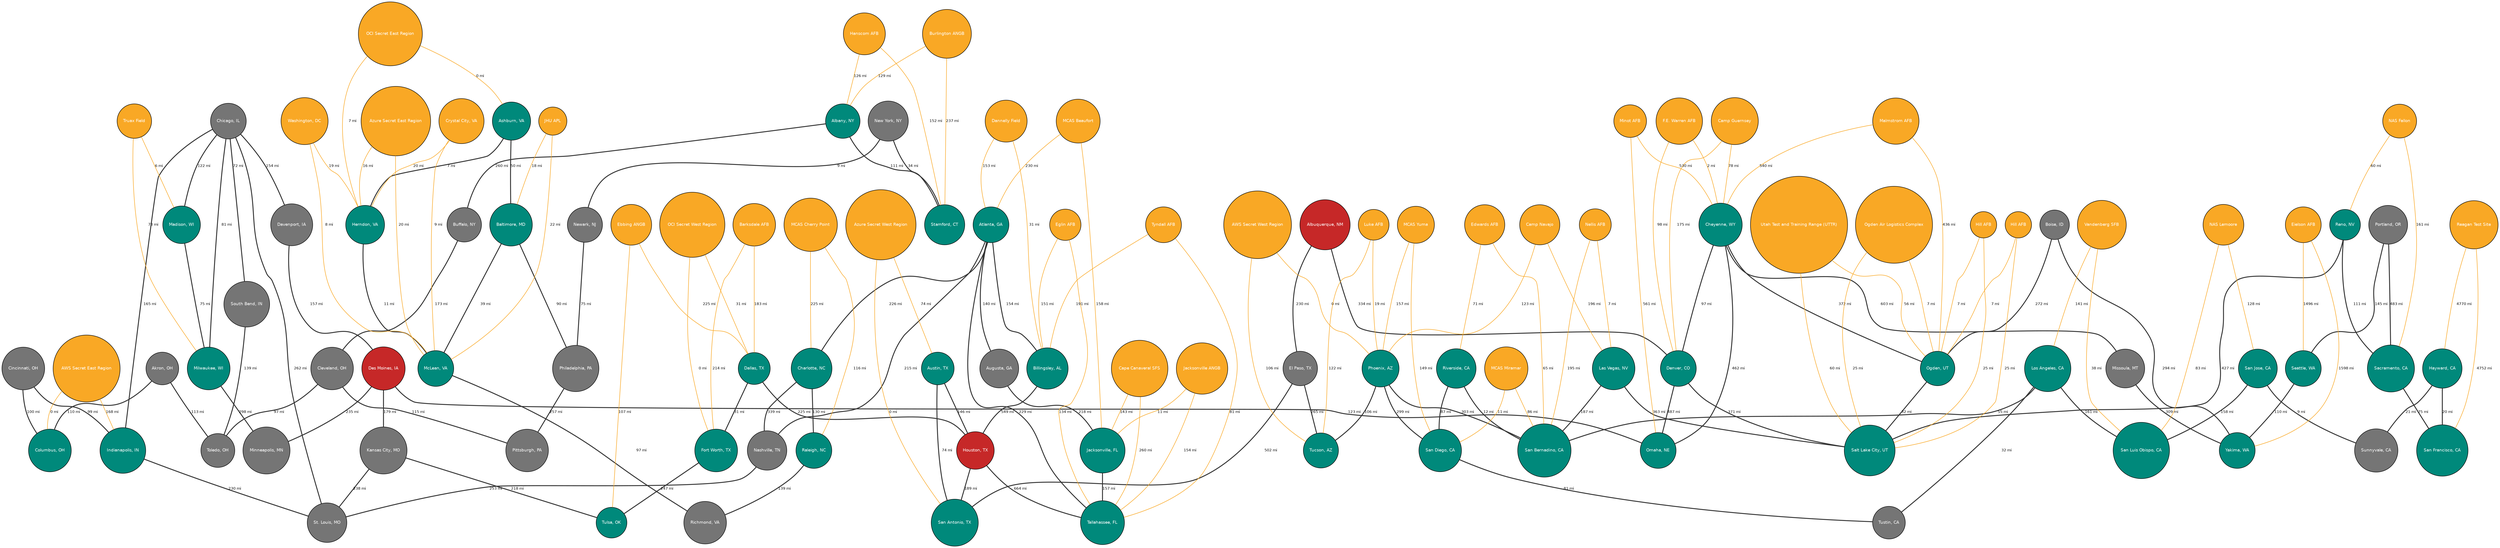
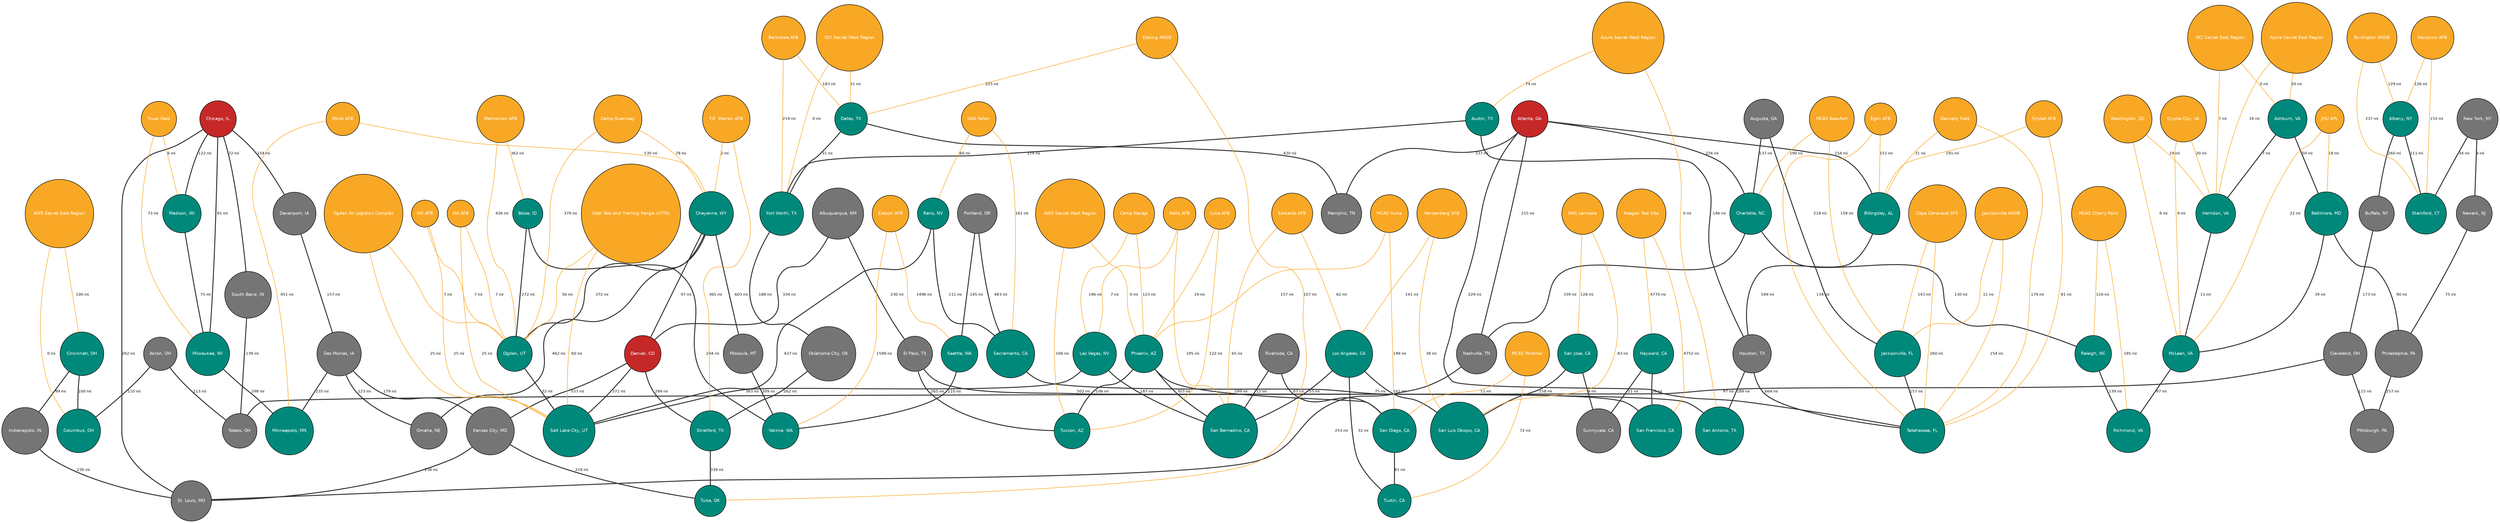
graph three_tier_carrier_wan_design {
  graph [overlap=false, splines=true];
  node [shape=circle, style=filled, fontname="Helvetica", fontsize=9];
  edge [fontname="Helvetica", fontsize=8];
  "carrier_pop_akron_oh" [label="Akron, OH", fillcolor="#757575", fontcolor="white"];
  "carrier_pop_albany_ny" [label="Albany, NY", fillcolor="#00897b", fontcolor="white"];
-   "carrier_pop_albuquerque_nm" [label="Albuquerque, NM", fillcolor="#c62828", fontcolor="white"];
+   "carrier_pop_albuquerque_nm" [label="Albuquerque, NM", fillcolor="#757575", fontcolor="white"];
  "carrier_pop_ashburn_va" [label="Ashburn, VA", fillcolor="#00897b", fontcolor="white"];
-   "carrier_pop_atlanta_ga" [label="Atlanta, GA", fillcolor="#00897b", fontcolor="white"];
+   "carrier_pop_atlanta_ga" [label="Atlanta, GA", fillcolor="#c62828", fontcolor="white"];
  "carrier_pop_augusta_ga" [label="Augusta, GA", fillcolor="#757575", fontcolor="white"];
  "carrier_pop_austin_tx" [label="Austin, TX", fillcolor="#00897b", fontcolor="white"];
  "carrier_pop_baltimore_md" [label="Baltimore, MD", fillcolor="#00897b", fontcolor="white"];
  "carrier_pop_billingsley_al" [label="Billingsley, AL", fillcolor="#00897b", fontcolor="white"];
-   "carrier_pop_boise_id" [label="Boise, ID", fillcolor="#757575", fontcolor="white"];
+   "carrier_pop_boise_id" [label="Boise, ID", fillcolor="#00897b", fontcolor="white"];
  "carrier_pop_buffalo_ny" [label="Buffalo, NY", fillcolor="#757575", fontcolor="white"];
  "carrier_pop_charlotte_nc" [label="Charlotte, NC", fillcolor="#00897b", fontcolor="white"];
  "carrier_pop_cheyenne_wy" [label="Cheyenne, WY", fillcolor="#00897b", fontcolor="white"];
-   "carrier_pop_chicago_il" [label="Chicago, IL", fillcolor="#757575", fontcolor="white"];
-   "carrier_pop_cincinnati_oh" [label="Cincinnati, OH", fillcolor="#757575", fontcolor="white"];
+   "carrier_pop_chicago_il" [label="Chicago, IL", fillcolor="#c62828", fontcolor="white"];
+   "carrier_pop_cincinnati_oh" [label="Cincinnati, OH", fillcolor="#00897b", fontcolor="white"];
  "carrier_pop_cleveland_oh" [label="Cleveland, OH", fillcolor="#757575", fontcolor="white"];
  "carrier_pop_columbus_oh" [label="Columbus, OH", fillcolor="#00897b", fontcolor="white"];
  "carrier_pop_dallas_tx" [label="Dallas, TX", fillcolor="#00897b", fontcolor="white"];
  "carrier_pop_davenport_ia" [label="Davenport, IA", fillcolor="#757575", fontcolor="white"];
-   "carrier_pop_denver_co" [label="Denver, CO", fillcolor="#00897b", fontcolor="white"];
-   "carrier_pop_des_moines_ia" [label="Des Moines, IA", fillcolor="#c62828", fontcolor="white"];
+   "carrier_pop_denver_co" [label="Denver, CO", fillcolor="#c62828", fontcolor="white"];
+   "carrier_pop_des_moines_ia" [label="Des Moines, IA", fillcolor="#757575", fontcolor="white"];
  "carrier_pop_el_paso_tx" [label="El Paso, TX", fillcolor="#757575", fontcolor="white"];
  "carrier_pop_fort_worth_tx" [label="Fort Worth, TX", fillcolor="#00897b", fontcolor="white"];
  "carrier_pop_hayward_ca" [label="Hayward, CA", fillcolor="#00897b", fontcolor="white"];
  "carrier_pop_herndon_va" [label="Herndon, VA", fillcolor="#00897b", fontcolor="white"];
-   "carrier_pop_houston_tx" [label="Houston, TX", fillcolor="#c62828", fontcolor="white"];
-   "carrier_pop_indianapolis_in" [label="Indianapolis, IN", fillcolor="#00897b", fontcolor="white"];
+   "carrier_pop_houston_tx" [label="Houston, TX", fillcolor="#757575", fontcolor="white"];
+   "carrier_pop_indianapolis_in" [label="Indianapolis, IN", fillcolor="#757575", fontcolor="white"];
  "carrier_pop_jacksonville_fl" [label="Jacksonville, FL", fillcolor="#00897b", fontcolor="white"];
  "carrier_pop_kansas_city_mo" [label="Kansas City, MO", fillcolor="#757575", fontcolor="white"];
  "carrier_pop_las_vegas_nv" [label="Las Vegas, NV", fillcolor="#00897b", fontcolor="white"];
  "carrier_pop_los_angeles_ca" [label="Los Angeles, CA", fillcolor="#00897b", fontcolor="white"];
  "carrier_pop_madison_wi" [label="Madison, WI", fillcolor="#00897b", fontcolor="white"];
  "carrier_pop_mclean_va" [label="McLean, VA", fillcolor="#00897b", fontcolor="white"];
+   "carrier_pop_memphis_tn" [label="Memphis, TN", fillcolor="#757575", fontcolor="white"];
  "carrier_pop_milwaukee_wi" [label="Milwaukee, WI", fillcolor="#00897b", fontcolor="white"];
-   "carrier_pop_minneapolis_mn" [label="Minneapolis, MN", fillcolor="#757575", fontcolor="white"];
+   "carrier_pop_minneapolis_mn" [label="Minneapolis, MN", fillcolor="#00897b", fontcolor="white"];
  "carrier_pop_missoula_mt" [label="Missoula, MT", fillcolor="#757575", fontcolor="white"];
  "carrier_pop_nashville_tn" [label="Nashville, TN", fillcolor="#757575", fontcolor="white"];
  "carrier_pop_new_york_ny" [label="New York, NY", fillcolor="#757575", fontcolor="white"];
  "carrier_pop_newark_nj" [label="Newark, NJ", fillcolor="#757575", fontcolor="white"];
  "carrier_pop_ogden_ut" [label="Ogden, UT", fillcolor="#00897b", fontcolor="white"];
-   "carrier_pop_omaha_ne" [label="Omaha, NE", fillcolor="#00897b", fontcolor="white"];
+   "carrier_pop_oklahoma_city_ok" [label="Oklahoma City, OK", fillcolor="#757575", fontcolor="white"];
+   "carrier_pop_omaha_ne" [label="Omaha, NE", fillcolor="#757575", fontcolor="white"];
  "carrier_pop_philadelphia_pa" [label="Philadelphia, PA", fillcolor="#757575", fontcolor="white"];
  "carrier_pop_phoenix_az" [label="Phoenix, AZ", fillcolor="#00897b", fontcolor="white"];
  "carrier_pop_pittsburgh_pa" [label="Pittsburgh, PA", fillcolor="#757575", fontcolor="white"];
  "carrier_pop_portland_or" [label="Portland, OR", fillcolor="#757575", fontcolor="white"];
  "carrier_pop_raleigh_nc" [label="Raleigh, NC", fillcolor="#00897b", fontcolor="white"];
  "carrier_pop_reno_nv" [label="Reno, NV", fillcolor="#00897b", fontcolor="white"];
-   "carrier_pop_richmond_va" [label="Richmond, VA", fillcolor="#757575", fontcolor="white"];
-   "carrier_pop_riverside_ca" [label="Riverside, CA", fillcolor="#00897b", fontcolor="white"];
+   "carrier_pop_richmond_va" [label="Richmond, VA", fillcolor="#00897b", fontcolor="white"];
+   "carrier_pop_riverside_ca" [label="Riverside, CA", fillcolor="#757575", fontcolor="white"];
  "carrier_pop_sacramento_ca" [label="Sacramento, CA", fillcolor="#00897b", fontcolor="white"];
  "carrier_pop_salt_lake_city_ut" [label="Salt Lake City, UT", fillcolor="#00897b", fontcolor="white"];
  "carrier_pop_san_antonio_tx" [label="San Antonio, TX", fillcolor="#00897b", fontcolor="white"];
  "carrier_pop_san_bernadino_ca" [label="San Bernadino, CA", fillcolor="#00897b", fontcolor="white"];
  "carrier_pop_san_diego_ca" [label="San Diego, CA", fillcolor="#00897b", fontcolor="white"];
  "carrier_pop_san_francisco_ca" [label="San Francisco, CA", fillcolor="#00897b", fontcolor="white"];
  "carrier_pop_san_jose_ca" [label="San Jose, CA", fillcolor="#00897b", fontcolor="white"];
  "carrier_pop_san_luis_obispo_ca" [label="San Luis Obispo, CA", fillcolor="#00897b", fontcolor="white"];
  "carrier_pop_seattle_wa" [label="Seattle, WA", fillcolor="#00897b", fontcolor="white"];
  "carrier_pop_south_bend_in" [label="South Bend, IN", fillcolor="#757575", fontcolor="white"];
  "carrier_pop_st_louis_mo" [label="St. Louis, MO", fillcolor="#757575", fontcolor="white"];
  "carrier_pop_stamford_ct" [label="Stamford, CT", fillcolor="#00897b", fontcolor="white"];
+   "carrier_pop_stratford_tx" [label="Stratford, TX", fillcolor="#00897b", fontcolor="white"];
  "carrier_pop_sunnyvale_ca" [label="Sunnyvale, CA", fillcolor="#757575", fontcolor="white"];
  "carrier_pop_tallahassee_fl" [label="Tallahassee, FL", fillcolor="#00897b", fontcolor="white"];
  "carrier_pop_toledo_oh" [label="Toledo, OH", fillcolor="#757575", fontcolor="white"];
  "carrier_pop_tucson_az" [label="Tucson, AZ", fillcolor="#00897b", fontcolor="white"];
  "carrier_pop_tulsa_ok" [label="Tulsa, OK", fillcolor="#00897b", fontcolor="white"];
-   "carrier_pop_tustin_ca" [label="Tustin, CA", fillcolor="#757575", fontcolor="white"];
+   "carrier_pop_tustin_ca" [label="Tustin, CA", fillcolor="#00897b", fontcolor="white"];
  "carrier_pop_yakima_wa" [label="Yakima, WA", fillcolor="#00897b", fontcolor="white"];
  "csp_secret_aws_secret_east_region" [label="AWS Secret East Region", fillcolor="#f9a825", fontcolor="white"];
  "csp_secret_aws_secret_west_region" [label="AWS Secret West Region", fillcolor="#f9a825", fontcolor="white"];
  "csp_secret_azure_secret_east_region" [label="Azure Secret East Region", fillcolor="#f9a825", fontcolor="white"];
  "csp_secret_azure_secret_west_region" [label="Azure Secret West Region", fillcolor="#f9a825", fontcolor="white"];
  "csp_secret_oci_secret_east_region" [label="OCI Secret East Region", fillcolor="#f9a825", fontcolor="white"];
  "csp_secret_oci_secret_west_region" [label="OCI Secret West Region", fillcolor="#f9a825", fontcolor="white"];
  "f35_burlington_angb" [label="Burlington ANGB", fillcolor="#f9a825", fontcolor="white"];
  "f35_crystal_city_va" [label="Crystal City, VA", fillcolor="#f9a825", fontcolor="white"];
  "f35_dannelly_field" [label="Dannelly Field", fillcolor="#f9a825", fontcolor="white"];
  "f35_ebbing_angb" [label="Ebbing ANGB", fillcolor="#f9a825", fontcolor="white"];
  "f35_edwards_afb" [label="Edwards AFB", fillcolor="#f9a825", fontcolor="white"];
  "f35_eglin_afb" [label="Eglin AFB", fillcolor="#f9a825", fontcolor="white"];
  "f35_eielson_afb" [label="Eielson AFB", fillcolor="#f9a825", fontcolor="white"];
  "f35_hill_afb" [label="Hill AFB", fillcolor="#f9a825", fontcolor="white"];
  "f35_jacksonville_angb" [label="Jacksonville ANGB", fillcolor="#f9a825", fontcolor="white"];
  "f35_luke_afb" [label="Luke AFB", fillcolor="#f9a825", fontcolor="white"];
  "f35_mcas_beaufort" [label="MCAS Beaufort", fillcolor="#f9a825", fontcolor="white"];
  "f35_mcas_cherry_point" [label="MCAS Cherry Point", fillcolor="#f9a825", fontcolor="white"];
  "f35_mcas_miramar" [label="MCAS Miramar", fillcolor="#f9a825", fontcolor="white"];
  "f35_mcas_yuma" [label="MCAS Yuma", fillcolor="#f9a825", fontcolor="white"];
  "f35_nas_fallon" [label="NAS Fallon", fillcolor="#f9a825", fontcolor="white"];
  "f35_nas_lemoore" [label="NAS Lemoore", fillcolor="#f9a825", fontcolor="white"];
  "f35_nellis_afb" [label="Nellis AFB", fillcolor="#f9a825", fontcolor="white"];
  "f35_ogden_air_logistics_complex" [label="Ogden Air Logistics Complex", fillcolor="#f9a825", fontcolor="white"];
  "f35_truax_field" [label="Truax Field", fillcolor="#f9a825", fontcolor="white"];
  "f35_tyndall_afb" [label="Tyndall AFB", fillcolor="#f9a825", fontcolor="white"];
  "sentinel_barksdale_afb" [label="Barksdale AFB", fillcolor="#f9a825", fontcolor="white"];
  "sentinel_camp_guernsey" [label="Camp Guernsey", fillcolor="#f9a825", fontcolor="white"];
  "sentinel_camp_navajo" [label="Camp Navajo", fillcolor="#f9a825", fontcolor="white"];
  "sentinel_cape_canaveral_sfs" [label="Cape Canaveral SFS", fillcolor="#f9a825", fontcolor="white"];
  "sentinel_f_e_warren_afb" [label="F.E. Warren AFB", fillcolor="#f9a825", fontcolor="white"];
  "sentinel_hanscom_afb" [label="Hanscom AFB", fillcolor="#f9a825", fontcolor="white"];
  "sentinel_hill_afb" [label="Hill AFB", fillcolor="#f9a825", fontcolor="white"];
  "sentinel_jhu_apl" [label="JHU APL", fillcolor="#f9a825", fontcolor="white"];
  "sentinel_malmstrom_afb" [label="Malmstrom AFB", fillcolor="#f9a825", fontcolor="white"];
  "sentinel_minot_afb" [label="Minot AFB", fillcolor="#f9a825", fontcolor="white"];
  "sentinel_reagan_test_site" [label="Reagan Test Site", fillcolor="#f9a825", fontcolor="white"];
  "sentinel_utah_test_and_training_range_uttr" [label="Utah Test and Training Range (UTTR)", fillcolor="#f9a825", fontcolor="white"];
  "sentinel_vandenberg_sfb" [label="Vandenberg SFB", fillcolor="#f9a825", fontcolor="white"];
  "sentinel_washington_dc" [label="Washington, DC", fillcolor="#f9a825", fontcolor="white"];
+   "csp_secret_aws_secret_east_region" -- "carrier_pop_cincinnati_oh" [label="100 mi", color="#f9a825", penwidth=1.1];
  "csp_secret_aws_secret_east_region" -- "carrier_pop_columbus_oh" [label="0 mi", color="#f9a825", penwidth=1.1];
-   "csp_secret_aws_secret_east_region" -- "carrier_pop_indianapolis_in" [label="168 mi", color="#f9a825", penwidth=1.1];
  "csp_secret_aws_secret_west_region" -- "carrier_pop_phoenix_az" [label="0 mi", color="#f9a825", penwidth=1.1];
  "csp_secret_aws_secret_west_region" -- "carrier_pop_tucson_az" [label="106 mi", color="#f9a825", penwidth=1.1];
+   "csp_secret_azure_secret_east_region" -- "carrier_pop_ashburn_va" [label="20 mi", color="#f9a825", penwidth=1.1];
  "csp_secret_azure_secret_east_region" -- "carrier_pop_herndon_va" [label="16 mi", color="#f9a825", penwidth=1.1];
-   "csp_secret_azure_secret_east_region" -- "carrier_pop_mclean_va" [label="20 mi", color="#f9a825", penwidth=1.1];
  "csp_secret_azure_secret_west_region" -- "carrier_pop_austin_tx" [label="74 mi", color="#f9a825", penwidth=1.1];
  "csp_secret_azure_secret_west_region" -- "carrier_pop_san_antonio_tx" [label="0 mi", color="#f9a825", penwidth=1.1];
  "csp_secret_oci_secret_east_region" -- "carrier_pop_ashburn_va" [label="0 mi", color="#f9a825", penwidth=1.1];
  "csp_secret_oci_secret_east_region" -- "carrier_pop_herndon_va" [label="7 mi", color="#f9a825", penwidth=1.1];
  "csp_secret_oci_secret_west_region" -- "carrier_pop_dallas_tx" [label="31 mi", color="#f9a825", penwidth=1.1];
  "csp_secret_oci_secret_west_region" -- "carrier_pop_fort_worth_tx" [label="0 mi", color="#f9a825", penwidth=1.1];
  "f35_burlington_angb" -- "carrier_pop_albany_ny" [label="129 mi", color="#f9a825", penwidth=1.1];
  "f35_burlington_angb" -- "carrier_pop_stamford_ct" [label="237 mi", color="#f9a825", penwidth=1.1];
  "f35_crystal_city_va" -- "carrier_pop_herndon_va" [label="20 mi", color="#f9a825", penwidth=1.1];
  "f35_crystal_city_va" -- "carrier_pop_mclean_va" [label="9 mi", color="#f9a825", penwidth=1.1];
-   "f35_dannelly_field" -- "carrier_pop_atlanta_ga" [label="153 mi", color="#f9a825", penwidth=1.1];
  "f35_dannelly_field" -- "carrier_pop_billingsley_al" [label="31 mi", color="#f9a825", penwidth=1.1];
+   "f35_dannelly_field" -- "carrier_pop_tallahassee_fl" [label="179 mi", color="#f9a825", penwidth=1.1];
  "f35_ebbing_angb" -- "carrier_pop_dallas_tx" [label="225 mi", color="#f9a825", penwidth=1.1];
  "f35_ebbing_angb" -- "carrier_pop_tulsa_ok" [label="107 mi", color="#f9a825", penwidth=1.1];
-   "f35_edwards_afb" -- "carrier_pop_riverside_ca" [label="71 mi", color="#f9a825", penwidth=1.1];
+   "f35_edwards_afb" -- "carrier_pop_los_angeles_ca" [label="62 mi", color="#f9a825", penwidth=1.1];
  "f35_edwards_afb" -- "carrier_pop_san_bernadino_ca" [label="65 mi", color="#f9a825", penwidth=1.1];
  "f35_eglin_afb" -- "carrier_pop_billingsley_al" [label="151 mi", color="#f9a825", penwidth=1.1];
  "f35_eglin_afb" -- "carrier_pop_tallahassee_fl" [label="134 mi", color="#f9a825", penwidth=1.1];
  "f35_eielson_afb" -- "carrier_pop_seattle_wa" [label="1496 mi", color="#f9a825", penwidth=1.1];
  "f35_eielson_afb" -- "carrier_pop_yakima_wa" [label="1598 mi", color="#f9a825", penwidth=1.1];
  "f35_hill_afb" -- "carrier_pop_ogden_ut" [label="7 mi", color="#f9a825", penwidth=1.1];
  "f35_hill_afb" -- "carrier_pop_salt_lake_city_ut" [label="25 mi", color="#f9a825", penwidth=1.1];
  "f35_jacksonville_angb" -- "carrier_pop_jacksonville_fl" [label="11 mi", color="#f9a825", penwidth=1.1];
  "f35_jacksonville_angb" -- "carrier_pop_tallahassee_fl" [label="154 mi", color="#f9a825", penwidth=1.1];
  "f35_luke_afb" -- "carrier_pop_phoenix_az" [label="19 mi", color="#f9a825", penwidth=1.1];
  "f35_luke_afb" -- "carrier_pop_tucson_az" [label="122 mi", color="#f9a825", penwidth=1.1];
-   "f35_mcas_beaufort" -- "carrier_pop_atlanta_ga" [label="230 mi", color="#f9a825", penwidth=1.1];
+   "f35_mcas_beaufort" -- "carrier_pop_charlotte_nc" [label="190 mi", color="#f9a825", penwidth=1.1];
  "f35_mcas_beaufort" -- "carrier_pop_jacksonville_fl" [label="158 mi", color="#f9a825", penwidth=1.1];
-   "f35_mcas_cherry_point" -- "carrier_pop_charlotte_nc" [label="225 mi", color="#f9a825", penwidth=1.1];
  "f35_mcas_cherry_point" -- "carrier_pop_raleigh_nc" [label="116 mi", color="#f9a825", penwidth=1.1];
-   "f35_mcas_miramar" -- "carrier_pop_san_bernadino_ca" [label="86 mi", color="#f9a825", penwidth=1.1];
+   "f35_mcas_cherry_point" -- "carrier_pop_richmond_va" [label="185 mi", color="#f9a825", penwidth=1.1];
  "f35_mcas_miramar" -- "carrier_pop_san_diego_ca" [label="11 mi", color="#f9a825", penwidth=1.1];
+   "f35_mcas_miramar" -- "carrier_pop_tustin_ca" [label="72 mi", color="#f9a825", penwidth=1.1];
  "f35_mcas_yuma" -- "carrier_pop_phoenix_az" [label="157 mi", color="#f9a825", penwidth=1.1];
  "f35_mcas_yuma" -- "carrier_pop_san_diego_ca" [label="149 mi", color="#f9a825", penwidth=1.1];
  "f35_nas_fallon" -- "carrier_pop_reno_nv" [label="60 mi", color="#f9a825", penwidth=1.1];
  "f35_nas_fallon" -- "carrier_pop_sacramento_ca" [label="161 mi", color="#f9a825", penwidth=1.1];
  "f35_nas_lemoore" -- "carrier_pop_san_jose_ca" [label="128 mi", color="#f9a825", penwidth=1.1];
  "f35_nas_lemoore" -- "carrier_pop_san_luis_obispo_ca" [label="83 mi", color="#f9a825", penwidth=1.1];
  "f35_nellis_afb" -- "carrier_pop_las_vegas_nv" [label="7 mi", color="#f9a825", penwidth=1.1];
  "f35_nellis_afb" -- "carrier_pop_san_bernadino_ca" [label="195 mi", color="#f9a825", penwidth=1.1];
  "f35_ogden_air_logistics_complex" -- "carrier_pop_ogden_ut" [label="7 mi", color="#f9a825", penwidth=1.1];
  "f35_ogden_air_logistics_complex" -- "carrier_pop_salt_lake_city_ut" [label="25 mi", color="#f9a825", penwidth=1.1];
  "f35_truax_field" -- "carrier_pop_madison_wi" [label="6 mi", color="#f9a825", penwidth=1.1];
  "f35_truax_field" -- "carrier_pop_milwaukee_wi" [label="73 mi", color="#f9a825", penwidth=1.1];
  "f35_tyndall_afb" -- "carrier_pop_billingsley_al" [label="191 mi", color="#f9a825", penwidth=1.1];
  "f35_tyndall_afb" -- "carrier_pop_tallahassee_fl" [label="81 mi", color="#f9a825", penwidth=1.1];
  "sentinel_barksdale_afb" -- "carrier_pop_dallas_tx" [label="183 mi", color="#f9a825", penwidth=1.1];
  "sentinel_barksdale_afb" -- "carrier_pop_fort_worth_tx" [label="214 mi", color="#f9a825", penwidth=1.1];
  "sentinel_camp_guernsey" -- "carrier_pop_cheyenne_wy" [label="78 mi", color="#f9a825", penwidth=1.1];
-   "sentinel_camp_guernsey" -- "carrier_pop_denver_co" [label="175 mi", color="#f9a825", penwidth=1.1];
+   "sentinel_camp_guernsey" -- "carrier_pop_ogden_ut" [label="379 mi", color="#f9a825", penwidth=1.1];
  "sentinel_camp_navajo" -- "carrier_pop_las_vegas_nv" [label="196 mi", color="#f9a825", penwidth=1.1];
  "sentinel_camp_navajo" -- "carrier_pop_phoenix_az" [label="123 mi", color="#f9a825", penwidth=1.1];
  "sentinel_cape_canaveral_sfs" -- "carrier_pop_jacksonville_fl" [label="143 mi", color="#f9a825", penwidth=1.1];
  "sentinel_cape_canaveral_sfs" -- "carrier_pop_tallahassee_fl" [label="260 mi", color="#f9a825", penwidth=1.1];
  "sentinel_f_e_warren_afb" -- "carrier_pop_cheyenne_wy" [label="2 mi", color="#f9a825", penwidth=1.1];
-   "sentinel_f_e_warren_afb" -- "carrier_pop_denver_co" [label="98 mi", color="#f9a825", penwidth=1.1];
+   "sentinel_f_e_warren_afb" -- "carrier_pop_stratford_tx" [label="365 mi", color="#f9a825", penwidth=1.1];
  "sentinel_hanscom_afb" -- "carrier_pop_albany_ny" [label="126 mi", color="#f9a825", penwidth=1.1];
  "sentinel_hanscom_afb" -- "carrier_pop_stamford_ct" [label="152 mi", color="#f9a825", penwidth=1.1];
  "sentinel_hill_afb" -- "carrier_pop_ogden_ut" [label="7 mi", color="#f9a825", penwidth=1.1];
  "sentinel_hill_afb" -- "carrier_pop_salt_lake_city_ut" [label="25 mi", color="#f9a825", penwidth=1.1];
  "sentinel_jhu_apl" -- "carrier_pop_baltimore_md" [label="18 mi", color="#f9a825", penwidth=1.1];
  "sentinel_jhu_apl" -- "carrier_pop_mclean_va" [label="22 mi", color="#f9a825", penwidth=1.1];
-   "sentinel_malmstrom_afb" -- "carrier_pop_cheyenne_wy" [label="540 mi", color="#f9a825", penwidth=1.1];
+   "sentinel_malmstrom_afb" -- "carrier_pop_boise_id" [label="362 mi", color="#f9a825", penwidth=1.1];
  "sentinel_malmstrom_afb" -- "carrier_pop_ogden_ut" [label="436 mi", color="#f9a825", penwidth=1.1];
  "sentinel_minot_afb" -- "carrier_pop_cheyenne_wy" [label="530 mi", color="#f9a825", penwidth=1.1];
-   "sentinel_minot_afb" -- "carrier_pop_omaha_ne" [label="561 mi", color="#f9a825", penwidth=1.1];
+   "sentinel_minot_afb" -- "carrier_pop_minneapolis_mn" [label="451 mi", color="#f9a825", penwidth=1.1];
  "sentinel_reagan_test_site" -- "carrier_pop_hayward_ca" [label="4770 mi", color="#f9a825", penwidth=1.1];
  "sentinel_reagan_test_site" -- "carrier_pop_san_francisco_ca" [label="4752 mi", color="#f9a825", penwidth=1.1];
  "sentinel_utah_test_and_training_range_uttr" -- "carrier_pop_ogden_ut" [label="56 mi", color="#f9a825", penwidth=1.1];
  "sentinel_utah_test_and_training_range_uttr" -- "carrier_pop_salt_lake_city_ut" [label="60 mi", color="#f9a825", penwidth=1.1];
  "sentinel_vandenberg_sfb" -- "carrier_pop_los_angeles_ca" [label="141 mi", color="#f9a825", penwidth=1.1];
  "sentinel_vandenberg_sfb" -- "carrier_pop_san_luis_obispo_ca" [label="38 mi", color="#f9a825", penwidth=1.1];
  "sentinel_washington_dc" -- "carrier_pop_herndon_va" [label="19 mi", color="#f9a825", penwidth=1.1];
  "sentinel_washington_dc" -- "carrier_pop_mclean_va" [label="8 mi", color="#f9a825", penwidth=1.1];
  "carrier_pop_akron_oh" -- "carrier_pop_columbus_oh" [label="110 mi", color="#333333", penwidth=2.0];
  "carrier_pop_akron_oh" -- "carrier_pop_toledo_oh" [label="113 mi", color="#333333", penwidth=2.0];
  "carrier_pop_albany_ny" -- "carrier_pop_buffalo_ny" [label="260 mi", color="#333333", penwidth=2.0];
  "carrier_pop_albany_ny" -- "carrier_pop_stamford_ct" [label="111 mi", color="#333333", penwidth=2.0];
  "carrier_pop_albuquerque_nm" -- "carrier_pop_denver_co" [label="334 mi", color="#333333", penwidth=2.0];
  "carrier_pop_albuquerque_nm" -- "carrier_pop_el_paso_tx" [label="230 mi", color="#333333", penwidth=2.0];
  "carrier_pop_ashburn_va" -- "carrier_pop_baltimore_md" [label="50 mi", color="#333333", penwidth=2.0];
  "carrier_pop_ashburn_va" -- "carrier_pop_herndon_va" [label="7 mi", color="#333333", penwidth=2.0];
-   "carrier_pop_atlanta_ga" -- "carrier_pop_augusta_ga" [label="140 mi", color="#333333", penwidth=2.0];
  "carrier_pop_atlanta_ga" -- "carrier_pop_billingsley_al" [label="154 mi", color="#333333", penwidth=2.0];
  "carrier_pop_atlanta_ga" -- "carrier_pop_charlotte_nc" [label="226 mi", color="#333333", penwidth=2.0];
+   "carrier_pop_atlanta_ga" -- "carrier_pop_memphis_tn" [label="337 mi", color="#333333", penwidth=2.0];
  "carrier_pop_atlanta_ga" -- "carrier_pop_nashville_tn" [label="215 mi", color="#333333", penwidth=2.0];
  "carrier_pop_atlanta_ga" -- "carrier_pop_tallahassee_fl" [label="229 mi", color="#333333", penwidth=2.0];
+   "carrier_pop_augusta_ga" -- "carrier_pop_charlotte_nc" [label="137 mi", color="#333333", penwidth=2.0];
  "carrier_pop_augusta_ga" -- "carrier_pop_jacksonville_fl" [label="218 mi", color="#333333", penwidth=2.0];
+   "carrier_pop_austin_tx" -- "carrier_pop_fort_worth_tx" [label="174 mi", color="#333333", penwidth=2.0];
  "carrier_pop_austin_tx" -- "carrier_pop_houston_tx" [label="146 mi", color="#333333", penwidth=2.0];
-   "carrier_pop_austin_tx" -- "carrier_pop_san_antonio_tx" [label="74 mi", color="#333333", penwidth=2.0];
  "carrier_pop_baltimore_md" -- "carrier_pop_mclean_va" [label="39 mi", color="#333333", penwidth=2.0];
  "carrier_pop_baltimore_md" -- "carrier_pop_philadelphia_pa" [label="90 mi", color="#333333", penwidth=2.0];
  "carrier_pop_billingsley_al" -- "carrier_pop_houston_tx" [label="549 mi", color="#333333", penwidth=2.0];
  "carrier_pop_boise_id" -- "carrier_pop_ogden_ut" [label="272 mi", color="#333333", penwidth=2.0];
  "carrier_pop_boise_id" -- "carrier_pop_yakima_wa" [label="294 mi", color="#333333", penwidth=2.0];
  "carrier_pop_buffalo_ny" -- "carrier_pop_cleveland_oh" [label="173 mi", color="#333333", penwidth=2.0];
  "carrier_pop_charlotte_nc" -- "carrier_pop_nashville_tn" [label="339 mi", color="#333333", penwidth=2.0];
  "carrier_pop_charlotte_nc" -- "carrier_pop_raleigh_nc" [label="130 mi", color="#333333", penwidth=2.0];
  "carrier_pop_cheyenne_wy" -- "carrier_pop_denver_co" [label="97 mi", color="#333333", penwidth=2.0];
  "carrier_pop_cheyenne_wy" -- "carrier_pop_missoula_mt" [label="603 mi", color="#333333", penwidth=2.0];
  "carrier_pop_cheyenne_wy" -- "carrier_pop_ogden_ut" [label="372 mi", color="#333333", penwidth=2.0];
  "carrier_pop_cheyenne_wy" -- "carrier_pop_omaha_ne" [label="462 mi", color="#333333", penwidth=2.0];
  "carrier_pop_chicago_il" -- "carrier_pop_davenport_ia" [label="154 mi", color="#333333", penwidth=2.0];
-   "carrier_pop_chicago_il" -- "carrier_pop_indianapolis_in" [label="165 mi", color="#333333", penwidth=2.0];
  "carrier_pop_chicago_il" -- "carrier_pop_madison_wi" [label="122 mi", color="#333333", penwidth=2.0];
  "carrier_pop_chicago_il" -- "carrier_pop_milwaukee_wi" [label="81 mi", color="#333333", penwidth=2.0];
  "carrier_pop_chicago_il" -- "carrier_pop_south_bend_in" [label="72 mi", color="#333333", penwidth=2.0];
  "carrier_pop_chicago_il" -- "carrier_pop_st_louis_mo" [label="262 mi", color="#333333", penwidth=2.0];
  "carrier_pop_cincinnati_oh" -- "carrier_pop_columbus_oh" [label="100 mi", color="#333333", penwidth=2.0];
  "carrier_pop_cincinnati_oh" -- "carrier_pop_indianapolis_in" [label="99 mi", color="#333333", penwidth=2.0];
  "carrier_pop_cleveland_oh" -- "carrier_pop_pittsburgh_pa" [label="115 mi", color="#333333", penwidth=2.0];
  "carrier_pop_cleveland_oh" -- "carrier_pop_toledo_oh" [label="97 mi", color="#333333", penwidth=2.0];
  "carrier_pop_dallas_tx" -- "carrier_pop_fort_worth_tx" [label="31 mi", color="#333333", penwidth=2.0];
-   "carrier_pop_dallas_tx" -- "carrier_pop_houston_tx" [label="225 mi", color="#333333", penwidth=2.0];
+   "carrier_pop_dallas_tx" -- "carrier_pop_memphis_tn" [label="420 mi", color="#333333", penwidth=2.0];
  "carrier_pop_davenport_ia" -- "carrier_pop_des_moines_ia" [label="157 mi", color="#333333", penwidth=2.0];
-   "carrier_pop_denver_co" -- "carrier_pop_omaha_ne" [label="487 mi", color="#333333", penwidth=2.0];
+   "carrier_pop_denver_co" -- "carrier_pop_kansas_city_mo" [label="557 mi", color="#333333", penwidth=2.0];
  "carrier_pop_denver_co" -- "carrier_pop_salt_lake_city_ut" [label="371 mi", color="#333333", penwidth=2.0];
+   "carrier_pop_denver_co" -- "carrier_pop_stratford_tx" [label="284 mi", color="#333333", penwidth=2.0];
  "carrier_pop_des_moines_ia" -- "carrier_pop_kansas_city_mo" [label="179 mi", color="#333333", penwidth=2.0];
  "carrier_pop_des_moines_ia" -- "carrier_pop_minneapolis_mn" [label="235 mi", color="#333333", penwidth=2.0];
  "carrier_pop_des_moines_ia" -- "carrier_pop_omaha_ne" [label="123 mi", color="#333333", penwidth=2.0];
  "carrier_pop_el_paso_tx" -- "carrier_pop_san_antonio_tx" [label="502 mi", color="#333333", penwidth=2.0];
  "carrier_pop_el_paso_tx" -- "carrier_pop_tucson_az" [label="265 mi", color="#333333", penwidth=2.0];
-   "carrier_pop_fort_worth_tx" -- "carrier_pop_tulsa_ok" [label="247 mi", color="#333333", penwidth=2.0];
+   "carrier_pop_fort_worth_tx" -- "carrier_pop_oklahoma_city_ok" [label="188 mi", color="#333333", penwidth=2.0];
  "carrier_pop_hayward_ca" -- "carrier_pop_san_francisco_ca" [label="20 mi", color="#333333", penwidth=2.0];
  "carrier_pop_hayward_ca" -- "carrier_pop_sunnyvale_ca" [label="21 mi", color="#333333", penwidth=2.0];
  "carrier_pop_herndon_va" -- "carrier_pop_mclean_va" [label="11 mi", color="#333333", penwidth=2.0];
  "carrier_pop_houston_tx" -- "carrier_pop_san_antonio_tx" [label="189 mi", color="#333333", penwidth=2.0];
  "carrier_pop_houston_tx" -- "carrier_pop_tallahassee_fl" [label="664 mi", color="#333333", penwidth=2.0];
  "carrier_pop_indianapolis_in" -- "carrier_pop_st_louis_mo" [label="230 mi", color="#333333", penwidth=2.0];
  "carrier_pop_jacksonville_fl" -- "carrier_pop_tallahassee_fl" [label="157 mi", color="#333333", penwidth=2.0];
  "carrier_pop_kansas_city_mo" -- "carrier_pop_st_louis_mo" [label="238 mi", color="#333333", penwidth=2.0];
  "carrier_pop_kansas_city_mo" -- "carrier_pop_tulsa_ok" [label="218 mi", color="#333333", penwidth=2.0];
  "carrier_pop_las_vegas_nv" -- "carrier_pop_salt_lake_city_ut" [label="363 mi", color="#333333", penwidth=2.0];
  "carrier_pop_las_vegas_nv" -- "carrier_pop_san_bernadino_ca" [label="187 mi", color="#333333", penwidth=2.0];
  "carrier_pop_los_angeles_ca" -- "carrier_pop_san_bernadino_ca" [label="55 mi", color="#333333", penwidth=2.0];
  "carrier_pop_los_angeles_ca" -- "carrier_pop_san_luis_obispo_ca" [label="161 mi", color="#333333", penwidth=2.0];
  "carrier_pop_los_angeles_ca" -- "carrier_pop_tustin_ca" [label="32 mi", color="#333333", penwidth=2.0];
  "carrier_pop_madison_wi" -- "carrier_pop_milwaukee_wi" [label="75 mi", color="#333333", penwidth=2.0];
  "carrier_pop_mclean_va" -- "carrier_pop_richmond_va" [label="97 mi", color="#333333", penwidth=2.0];
  "carrier_pop_milwaukee_wi" -- "carrier_pop_minneapolis_mn" [label="298 mi", color="#333333", penwidth=2.0];
  "carrier_pop_missoula_mt" -- "carrier_pop_yakima_wa" [label="309 mi", color="#333333", penwidth=2.0];
  "carrier_pop_nashville_tn" -- "carrier_pop_st_louis_mo" [label="253 mi", color="#333333", penwidth=2.0];
  "carrier_pop_new_york_ny" -- "carrier_pop_newark_nj" [label="9 mi", color="#333333", penwidth=2.0];
  "carrier_pop_new_york_ny" -- "carrier_pop_stamford_ct" [label="34 mi", color="#333333", penwidth=2.0];
  "carrier_pop_newark_nj" -- "carrier_pop_philadelphia_pa" [label="75 mi", color="#333333", penwidth=2.0];
  "carrier_pop_ogden_ut" -- "carrier_pop_salt_lake_city_ut" [label="32 mi", color="#333333", penwidth=2.0];
+   "carrier_pop_oklahoma_city_ok" -- "carrier_pop_stratford_tx" [label="262 mi", color="#333333", penwidth=2.0];
  "carrier_pop_philadelphia_pa" -- "carrier_pop_pittsburgh_pa" [label="257 mi", color="#333333", penwidth=2.0];
  "carrier_pop_phoenix_az" -- "carrier_pop_san_bernadino_ca" [label="303 mi", color="#333333", penwidth=2.0];
  "carrier_pop_phoenix_az" -- "carrier_pop_san_diego_ca" [label="299 mi", color="#333333", penwidth=2.0];
  "carrier_pop_phoenix_az" -- "carrier_pop_tucson_az" [label="106 mi", color="#333333", penwidth=2.0];
  "carrier_pop_portland_or" -- "carrier_pop_sacramento_ca" [label="483 mi", color="#333333", penwidth=2.0];
  "carrier_pop_portland_or" -- "carrier_pop_seattle_wa" [label="145 mi", color="#333333", penwidth=2.0];
  "carrier_pop_raleigh_nc" -- "carrier_pop_richmond_va" [label="139 mi", color="#333333", penwidth=2.0];
  "carrier_pop_reno_nv" -- "carrier_pop_sacramento_ca" [label="111 mi", color="#333333", penwidth=2.0];
  "carrier_pop_reno_nv" -- "carrier_pop_salt_lake_city_ut" [label="427 mi", color="#333333", penwidth=2.0];
  "carrier_pop_riverside_ca" -- "carrier_pop_san_bernadino_ca" [label="12 mi", color="#333333", penwidth=2.0];
  "carrier_pop_riverside_ca" -- "carrier_pop_san_diego_ca" [label="87 mi", color="#333333", penwidth=2.0];
  "carrier_pop_sacramento_ca" -- "carrier_pop_san_francisco_ca" [label="75 mi", color="#333333", penwidth=2.0];
  "carrier_pop_san_diego_ca" -- "carrier_pop_tustin_ca" [label="81 mi", color="#333333", penwidth=2.0];
  "carrier_pop_san_jose_ca" -- "carrier_pop_san_luis_obispo_ca" [label="158 mi", color="#333333", penwidth=2.0];
  "carrier_pop_san_jose_ca" -- "carrier_pop_sunnyvale_ca" [label="9 mi", color="#333333", penwidth=2.0];
  "carrier_pop_seattle_wa" -- "carrier_pop_yakima_wa" [label="110 mi", color="#333333", penwidth=2.0];
  "carrier_pop_south_bend_in" -- "carrier_pop_toledo_oh" [label="139 mi", color="#333333", penwidth=2.0];
+   "carrier_pop_stratford_tx" -- "carrier_pop_tulsa_ok" [label="339 mi", color="#333333", penwidth=2.0];
}
